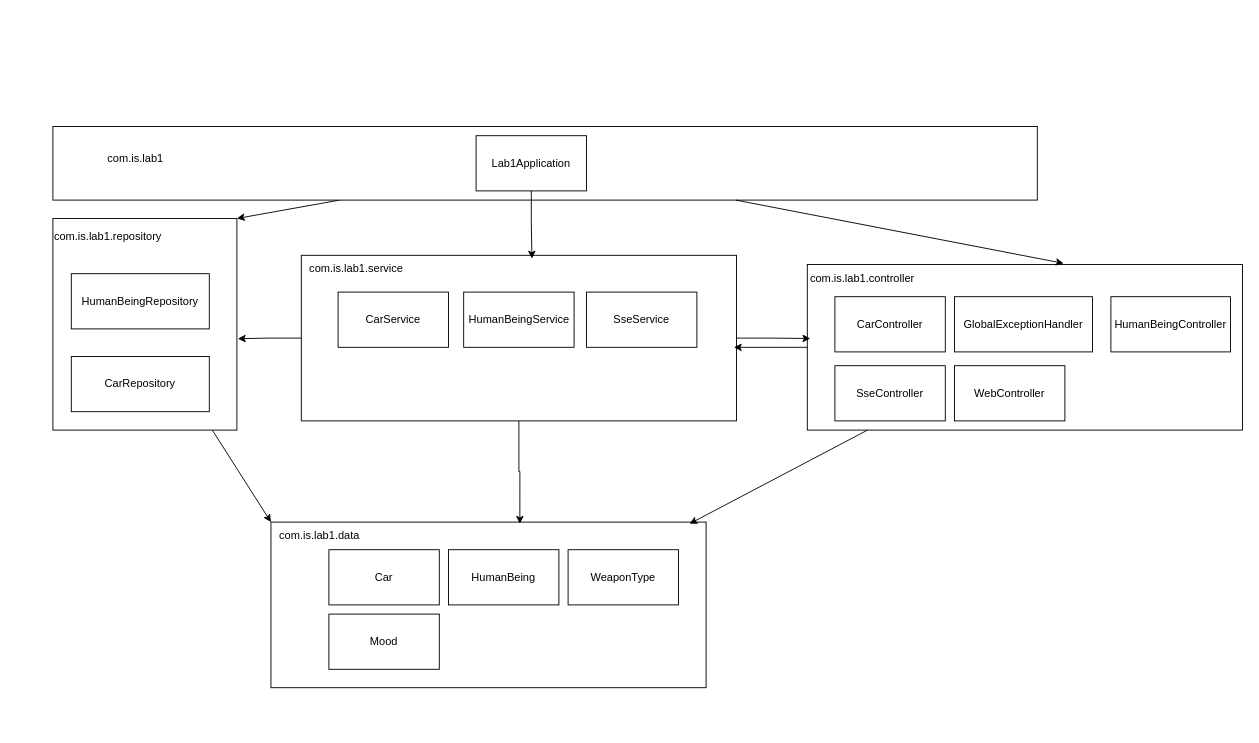
This is report_lab2/package_diagram.drawio from senya-2011/is-course, a draw.io file, before an edit. Source tidied: cells renumbered, new cells numbered last; positions are measured from the earlier drawing's top-left corner, leaving out a move shared by most shapes. Both pictures are drawn from the tidied source at 92%, with x=0, y=0 at pixel (52, 126).
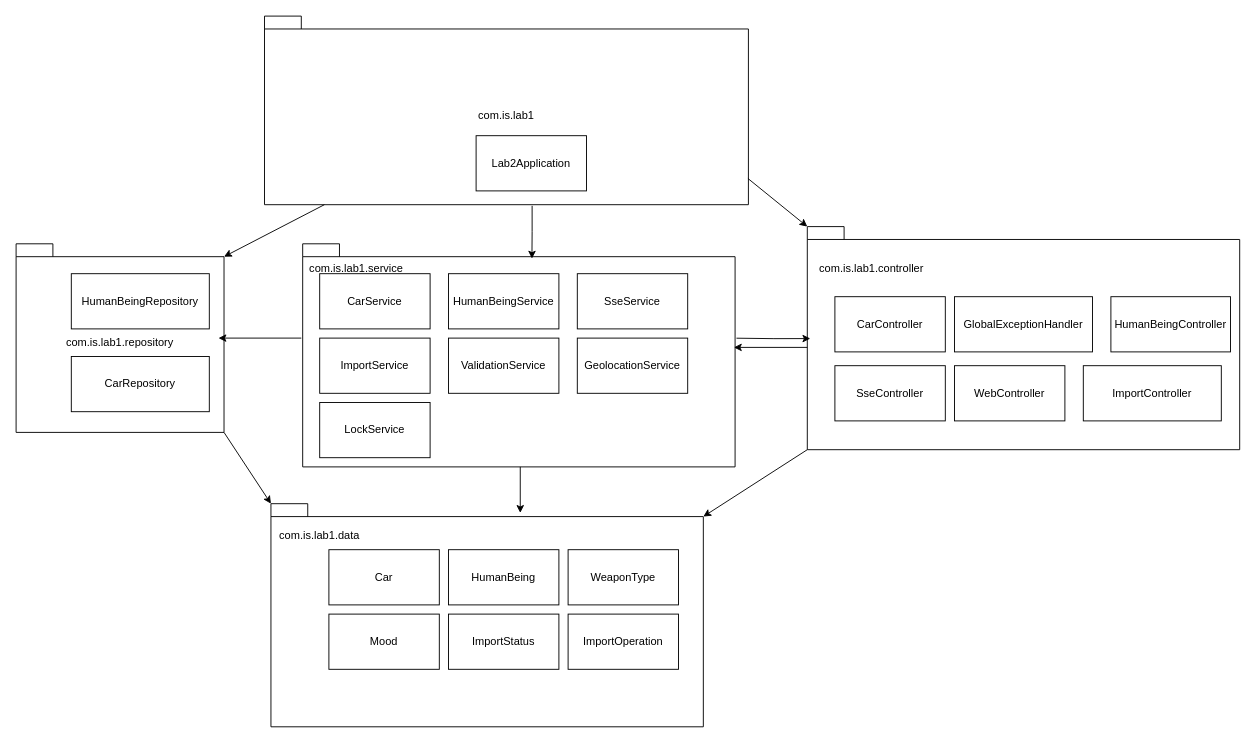
The same diagram, later.

The edit, as a diff of the source:
```diff
@@
+    <mxCell id="36" style="shape=folder;fontStyle=1;spacingTop=10;tabWidth=40;tabHeight=14;tabPosition=left;html=1;whiteSpace=wrap;" parent="1" vertex="1">
+      <mxGeometry x="237" y="410" width="470" height="242.5" as="geometry" />
+    </mxCell>
+    <mxCell id="37" style="shape=folder;fontStyle=1;spacingTop=10;tabWidth=40;tabHeight=14;tabPosition=left;html=1;whiteSpace=wrap;" parent="1" vertex="1">
+      <mxGeometry x="820" y="108.8" width="470" height="242.5" as="geometry" />
+    </mxCell>
+    <mxCell id="38" style="shape=folder;fontStyle=1;spacingTop=10;tabWidth=40;tabHeight=14;tabPosition=left;html=1;whiteSpace=wrap;" parent="1" vertex="1">
+      <mxGeometry x="271.5" y="127.5" width="470" height="242.5" as="geometry" />
+    </mxCell>
+    <mxCell id="8" value="&lt;span style=&quot;font-weight: 400;&quot;&gt;com.is.lab1.repository&lt;/span&gt;" style="shape=folder;fontStyle=1;spacingTop=10;tabWidth=40;tabHeight=14;tabPosition=left;html=1;whiteSpace=wrap;" parent="1" vertex="1">
+      <mxGeometry x="-40" y="127.5" width="226" height="205" as="geometry" />
+    </mxCell>
+    <mxCell id="4" value="&lt;span style=&quot;font-weight: 400;&quot;&gt;com.is.lab1&lt;/span&gt;" style="shape=folder;fontStyle=1;spacingTop=10;tabWidth=40;tabHeight=14;tabPosition=left;html=1;whiteSpace=wrap;" parent="1" vertex="1">
+      <mxGeometry x="230" y="-120" width="526" height="205" as="geometry" />
+    </mxCell>
-    <mxCell id="2" style="rounded=0;jettySize=auto;html=1;entryX=1;entryY=0;entryDx=0;entryDy=0;strokeColor=default;" parent="1" edge="1" source="3" target="7">
+    <mxCell id="2" style="rounded=0;jettySize=auto;html=1;entryX=0;entryY=0;entryDx=226;entryDy=14;strokeColor=default;entryPerimeter=0;" parent="1" edge="1" source="4" target="8">
       <mxGeometry relative="1" as="geometry" />
     </mxCell>
-    <mxCell id="3" style="rounded=0;whiteSpace=wrap;html=1;" parent="1" vertex="1">
-      <mxGeometry width="1070" height="80" as="geometry" />
-    </mxCell>
-    <mxCell id="4" value="com.is.lab1" style="text;html=1;align=center;verticalAlign=middle;whiteSpace=wrap;rounded=0;" parent="1" vertex="1">
-      <mxGeometry x="60" y="20" width="60" height="30" as="geometry" />
-    </mxCell>
-    <mxCell id="5" value="Lab1Application" style="rounded=0;whiteSpace=wrap;html=1;" parent="1" vertex="1">
+    <mxCell id="5" value="Lab2Application" style="rounded=0;whiteSpace=wrap;html=1;" parent="1" vertex="1">
       <mxGeometry x="460" y="10" width="120" height="60" as="geometry" />
     </mxCell>
-    <mxCell id="6" style="rounded=0;jettySize=auto;html=1;entryX=0;entryY=0;entryDx=0;entryDy=0;" parent="1" edge="1" source="7" target="11">
+    <mxCell id="6" style="rounded=0;jettySize=auto;html=1;entryX=0;entryY=0;entryDx=0;entryDy=0;exitX=0;exitY=0;exitDx=226;exitDy=205;exitPerimeter=0;entryPerimeter=0;" parent="1" edge="1" source="8" target="36">
       <mxGeometry relative="1" as="geometry" />
     </mxCell>
-    <mxCell id="7" style="rounded=0;whiteSpace=wrap;html=1;" parent="1" vertex="1">
-      <mxGeometry y="100" width="200" height="230" as="geometry" />
-    </mxCell>
-    <mxCell id="8" value="com.is.lab1.repository" style="text;html=1;align=center;verticalAlign=middle;whiteSpace=wrap;rounded=0;" parent="1" vertex="1">
-      <mxGeometry x="30" y="105" width="60" height="30" as="geometry" />
-    </mxCell>
@@
-    <mxCell id="11" style="rounded=0;whiteSpace=wrap;html=1;" parent="1" vertex="1">
-      <mxGeometry x="237" y="430" width="473" height="180" as="geometry" />
-    </mxCell>
@@
-    <mxCell id="17" style="rounded=0;whiteSpace=wrap;html=1;" parent="1" vertex="1">
-      <mxGeometry x="270" y="140" width="473" height="180" as="geometry" />
-    </mxCell>
@@
-    <mxCell id="19" style="edgeStyle=orthogonalEdgeStyle;rounded=0;jettySize=auto;html=1;entryX=1.005;entryY=0.568;entryDx=0;entryDy=0;entryPerimeter=0;" parent="1" edge="1" source="17" target="7">
-      <mxGeometry relative="1" as="geometry" />
+    <mxCell id="19" style="edgeStyle=orthogonalEdgeStyle;rounded=0;orthogonalLoop=1;jettySize=auto;html=1;" parent="1" edge="1">
+      <mxGeometry relative="1" as="geometry">
+        <mxPoint x="270" y="230" as="sourcePoint" />
+        <mxPoint x="180" y="230" as="targetPoint" />
+      </mxGeometry>
     </mxCell>
     <mxCell id="20" value="CarService" style="rounded=0;whiteSpace=wrap;html=1;" parent="1" vertex="1">
-      <mxGeometry x="310" y="180" width="120" height="60" as="geometry" />
+      <mxGeometry x="290" y="160" width="120" height="60" as="geometry" />
     </mxCell>
     <mxCell id="21" value="HumanBeingService" style="rounded=0;whiteSpace=wrap;html=1;" parent="1" vertex="1">
-      <mxGeometry x="446.5" y="180" width="120" height="60" as="geometry" />
+      <mxGeometry x="430" y="160" width="120" height="60" as="geometry" />
     </mxCell>
     <mxCell id="22" value="SseService" style="rounded=0;whiteSpace=wrap;html=1;" parent="1" vertex="1">
-      <mxGeometry x="580" y="180" width="120" height="60" as="geometry" />
+      <mxGeometry x="570" y="160" width="120" height="60" as="geometry" />
     </mxCell>
-    <mxCell id="23" style="edgeStyle=orthogonalEdgeStyle;rounded=0;jettySize=auto;html=1;entryX=0.53;entryY=0.02;entryDx=0;entryDy=0;entryPerimeter=0;" parent="1" edge="1" source="5" target="17">
-      <mxGeometry relative="1" as="geometry" />
+    <mxCell id="23" style="edgeStyle=orthogonalEdgeStyle;rounded=0;jettySize=auto;html=1;entryX=0.53;entryY=0.02;entryDx=0;entryDy=0;entryPerimeter=0;exitX=0.553;exitY=1.006;exitDx=0;exitDy=0;exitPerimeter=0;" parent="1" edge="1" source="4">
+      <mxGeometry relative="1" as="geometry">
+        <mxPoint x="520.7" y="143.6" as="targetPoint" />
+      </mxGeometry>
     </mxCell>
-    <mxCell id="24" style="rounded=0;whiteSpace=wrap;html=1;" parent="1" vertex="1">
-      <mxGeometry x="820" y="150" width="473" height="180" as="geometry" />
-    </mxCell>
-    <mxCell id="25" style="edgeStyle=orthogonalEdgeStyle;rounded=0;jettySize=auto;html=1;entryX=0.994;entryY=0.556;entryDx=0;entryDy=0;entryPerimeter=0;" parent="1" edge="1" source="24" target="17">
-      <mxGeometry relative="1" as="geometry" />
+    <mxCell id="25" style="edgeStyle=orthogonalEdgeStyle;rounded=0;orthogonalLoop=1;jettySize=auto;html=1;entryX=0.994;entryY=0.556;entryDx=0;entryDy=0;entryPerimeter=0;" parent="1" edge="1">
+      <mxGeometry relative="1" as="geometry">
+        <mxPoint x="820" y="240.1" as="sourcePoint" />
+        <mxPoint x="740.2" y="240.1" as="targetPoint" />
+      </mxGeometry>
     </mxCell>
-    <mxCell id="26" style="edgeStyle=orthogonalEdgeStyle;rounded=0;jettySize=auto;html=1;entryX=0.007;entryY=0.447;entryDx=0;entryDy=0;entryPerimeter=0;" parent="1" edge="1" source="17" target="24">
-      <mxGeometry relative="1" as="geometry" />
+    <mxCell id="26" style="edgeStyle=orthogonalEdgeStyle;rounded=0;orthogonalLoop=1;jettySize=auto;html=1;entryX=0.007;entryY=0.447;entryDx=0;entryDy=0;entryPerimeter=0;" parent="1" edge="1">
+      <mxGeometry relative="1" as="geometry">
+        <mxPoint x="743" y="230.1" as="sourcePoint" />
+        <mxPoint x="823.3" y="230.5" as="targetPoint" />
+      </mxGeometry>
     </mxCell>
-    <mxCell id="27" style="rounded=0;jettySize=auto;html=1;entryX=0.589;entryY=-0.007;entryDx=0;entryDy=0;entryPerimeter=0;" parent="1" edge="1" source="3" target="24">
+    <mxCell id="27" style="rounded=0;jettySize=auto;html=1;entryX=0;entryY=0;entryDx=0;entryDy=0;entryPerimeter=0;exitX=0.999;exitY=0.861;exitDx=0;exitDy=0;exitPerimeter=0;" parent="1" edge="1" source="4" target="37">
       <mxGeometry relative="1" as="geometry" />
     </mxCell>
     <mxCell id="28" value="com.is.lab1.controller" style="text;html=1;align=center;verticalAlign=middle;whiteSpace=wrap;rounded=0;" parent="1" vertex="1">
-      <mxGeometry x="850" y="150" width="60" height="30" as="geometry" />
+      <mxGeometry x="860" y="140" width="60" height="30" as="geometry" />
     </mxCell>
@@
-    <mxCell id="34" style="edgeStyle=orthogonalEdgeStyle;rounded=0;jettySize=auto;html=1;entryX=0.572;entryY=0.01;entryDx=0;entryDy=0;entryPerimeter=0;" parent="1" edge="1" source="17" target="11">
-      <mxGeometry relative="1" as="geometry" />
+    <mxCell id="34" style="edgeStyle=orthogonalEdgeStyle;rounded=0;orthogonalLoop=1;jettySize=auto;html=1;" parent="1" edge="1">
+      <mxGeometry relative="1" as="geometry">
+        <mxPoint x="508" y="370" as="sourcePoint" />
+        <mxPoint x="508" y="420" as="targetPoint" />
+      </mxGeometry>
     </mxCell>
-    <mxCell id="35" style="rounded=0;jettySize=auto;html=1;entryX=0.962;entryY=0.01;entryDx=0;entryDy=0;entryPerimeter=0;" parent="1" edge="1" source="24" target="11">
+    <mxCell id="35" style="rounded=0;jettySize=auto;html=1;entryX=0;entryY=0;entryDx=470;entryDy=14;entryPerimeter=0;exitX=0;exitY=0;exitDx=0;exitDy=242.5;exitPerimeter=0;" parent="1" edge="1" source="37" target="36">
       <mxGeometry relative="1" as="geometry" />
     </mxCell>
+    <mxCell id="39" value="ImportService" style="rounded=0;whiteSpace=wrap;html=1;" parent="1" vertex="1">
+      <mxGeometry x="290" y="230" width="120" height="60" as="geometry" />
+    </mxCell>
+    <mxCell id="40" value="ValidationService" style="rounded=0;whiteSpace=wrap;html=1;" parent="1" vertex="1">
+      <mxGeometry x="430" y="230" width="120" height="60" as="geometry" />
+    </mxCell>
+    <mxCell id="41" value="GeolocationService" style="rounded=0;whiteSpace=wrap;html=1;" parent="1" vertex="1">
+      <mxGeometry x="570" y="230" width="120" height="60" as="geometry" />
+    </mxCell>
+    <mxCell id="42" value="LockService" style="rounded=0;whiteSpace=wrap;html=1;" parent="1" vertex="1">
+      <mxGeometry x="290" y="300" width="120" height="60" as="geometry" />
+    </mxCell>
+    <mxCell id="43" value="ImportController" style="rounded=0;whiteSpace=wrap;html=1;" parent="1" vertex="1">
+      <mxGeometry x="1120" y="260" width="150" height="60" as="geometry" />
+    </mxCell>
+    <mxCell id="44" value="ImportStatus" style="rounded=0;whiteSpace=wrap;html=1;" parent="1" vertex="1">
+      <mxGeometry x="430" y="530" width="120" height="60" as="geometry" />
+    </mxCell>
+    <mxCell id="45" value="ImportOperation" style="rounded=0;whiteSpace=wrap;html=1;" parent="1" vertex="1">
+      <mxGeometry x="560" y="530" width="120" height="60" as="geometry" />
+    </mxCell>
```
